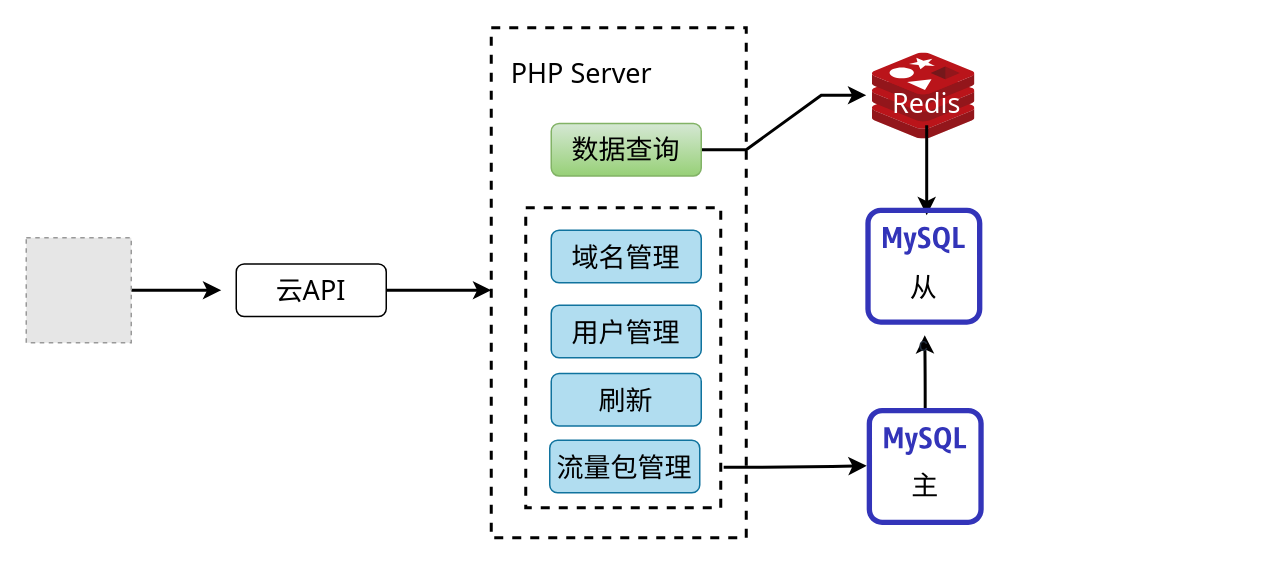
wwCrazy/resume keeps this draw.io diagram as page "第 5 页" (5 of 7) of tcb.drawio. Above is the earlier version. Source tidied: cells renumbered, new cells numbered last; positions are measured from the earlier drawing's top-left corner, leaving out a move shared by most shapes. Both pictures are drawn from the tidied source at 150%, with x=0, y=0 at pixel (26, 27). Pictures stored in the file or linked from it are replaced by grey dashed boxes.
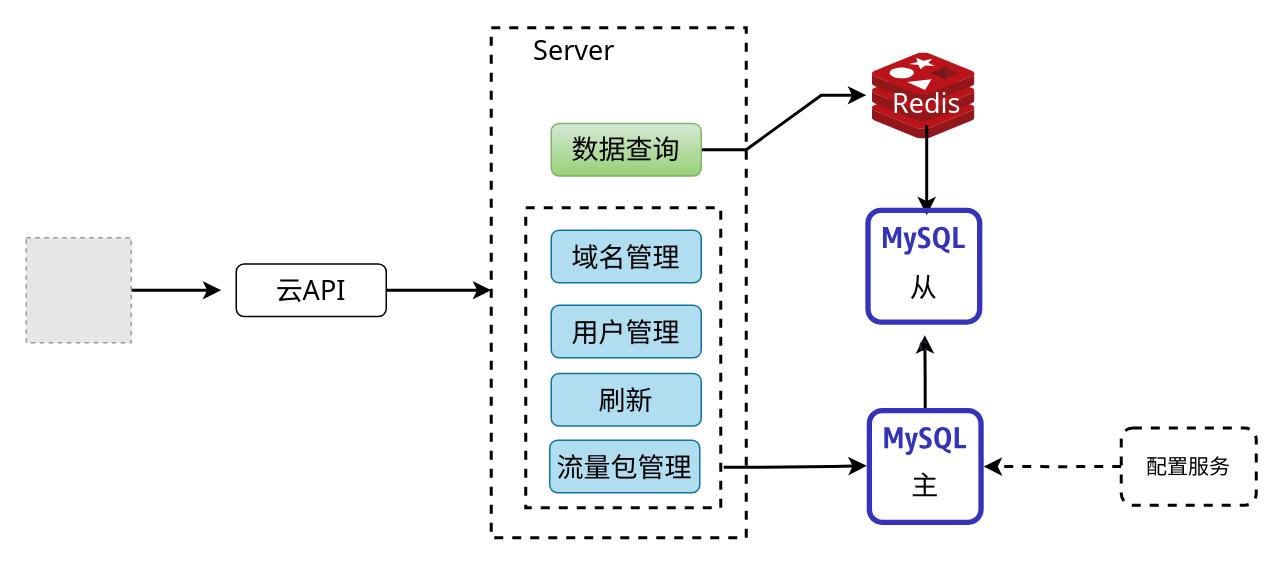
The same page after the edit.

The change refers to these unchanged cells:
```xml
<mxCell id="13" style="outlineConnect=0;fontColor=#232F3E;gradientColor=none;fillColor=#3334B9;strokeColor=none;dashed=0;verticalLabelPosition=bottom;verticalAlign=top;align=center;html=1;fontSize=12;fontStyle=0;shape=mxgraph.aws4.rds_mysql_instance_alt;" parent="1" vertex="1">
  <mxGeometry x="560.3" y="253.5" width="78" height="78" as="geometry" />
</mxCell>
```

Change to the diagram source:
```diff
@@
-    <mxCell id="11" value="PHP Server" style="text;html=1;align=center;verticalAlign=middle;fillColor=none;strokeColor=none;rounded=0;fontFamily=Tahoma;fontSize=18;fontColor=#000000;" parent="1" vertex="1">
-      <mxGeometry x="320" y="15" width="100" height="30" as="geometry" />
+    <mxCell id="11" value="Server" style="text;html=1;align=center;verticalAlign=middle;fillColor=none;strokeColor=none;rounded=0;fontFamily=Tahoma;fontSize=18;fontColor=#000000;" parent="1" vertex="1">
+      <mxGeometry x="330" width="70" height="30" as="geometry" />
     </mxCell>
@@
+    <mxCell id="25" style="edgeStyle=orthogonalEdgeStyle;rounded=0;jettySize=auto;html=1;exitX=0;exitY=0.5;exitDx=0;exitDy=0;strokeWidth=2;dashed=1;" parent="1" edge="1" source="26" target="13">
+      <mxGeometry relative="1" as="geometry" />
+    </mxCell>
+    <mxCell id="26" value="&lt;font style=&quot;font-size: 14px&quot;&gt;配置服务&lt;/font&gt;" style="rounded=1;whiteSpace=wrap;html=1;dashed=1;strokeWidth=2;" parent="1" vertex="1">
+      <mxGeometry x="730" y="266.8" width="90" height="51.5" as="geometry" />
+    </mxCell>
```
